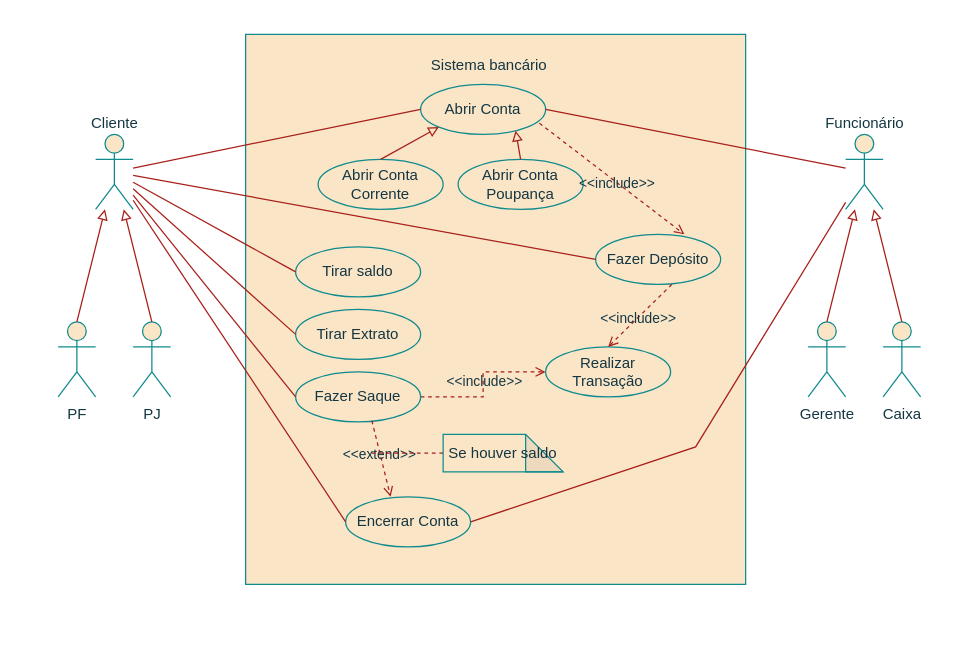
Before: Caso de uso - Bancário.drawio in Chevicovich/Caso-de-uso-bancario, a draw.io diagram. Source tidied: cells renumbered, new cells numbered last; positions are measured from the earlier drawing's top-left corner, leaving out a move shared by most shapes. Both pictures are drawn from the tidied source at 125%, with x=0, y=0 at pixel (58, 34).
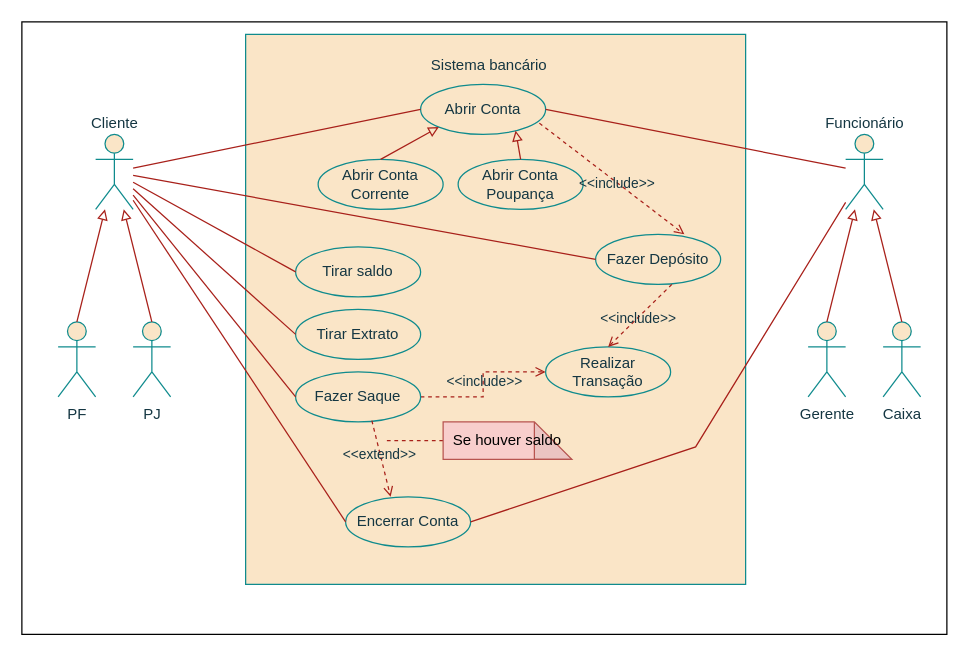
After the change.

Diff of the diagram source:
```diff
@@
+    <mxCell id="43" style="rounded=0;whiteSpace=wrap;html=1;" parent="1" vertex="1">
+      <mxGeometry x="-29" y="-10" width="740" height="490" as="geometry" />
+    </mxCell>
@@
-    <mxCell id="39" style="edgeStyle=orthogonalEdgeStyle;rounded=0;jettySize=auto;html=1;endArrow=none;startFill=0;dashed=1;labelBackgroundColor=none;strokeColor=#A8201A;fontColor=default;" parent="1" edge="1" source="40">
-      <mxGeometry relative="1" as="geometry">
-        <mxPoint x="250" y="335" as="targetPoint" />
-      </mxGeometry>
-    </mxCell>
+    <mxCell id="44" style="edgeStyle=orthogonalEdgeStyle;rounded=0;jettySize=auto;html=1;dashed=1;endArrow=none;startFill=0;strokeColor=#A8201A;" parent="1" edge="1" source="40">
+      <mxGeometry relative="1" as="geometry">
+        <mxPoint x="261" y="325" as="targetPoint" />
+      </mxGeometry>
+    </mxCell>
-    <mxCell id="40" value="Se houver saldo" style="shape=note;whiteSpace=wrap;html=1;backgroundOutline=1;darkOpacity=0.05;fillColor=#FAE5C7;strokeColor=#0F8B8D;labelBackgroundColor=none;fontColor=#143642;" parent="1" vertex="1">
-      <mxGeometry x="308" y="320" width="96" height="30" as="geometry" />
+    <mxCell id="40" value="Se houver saldo" style="shape=note;whiteSpace=wrap;html=1;backgroundOutline=1;darkOpacity=0.05;fillColor=#f8cecc;strokeColor=#b85450;labelBackgroundColor=none;" parent="1" vertex="1">
+      <mxGeometry x="308" y="310" width="103" height="30" as="geometry" />
     </mxCell>
```
